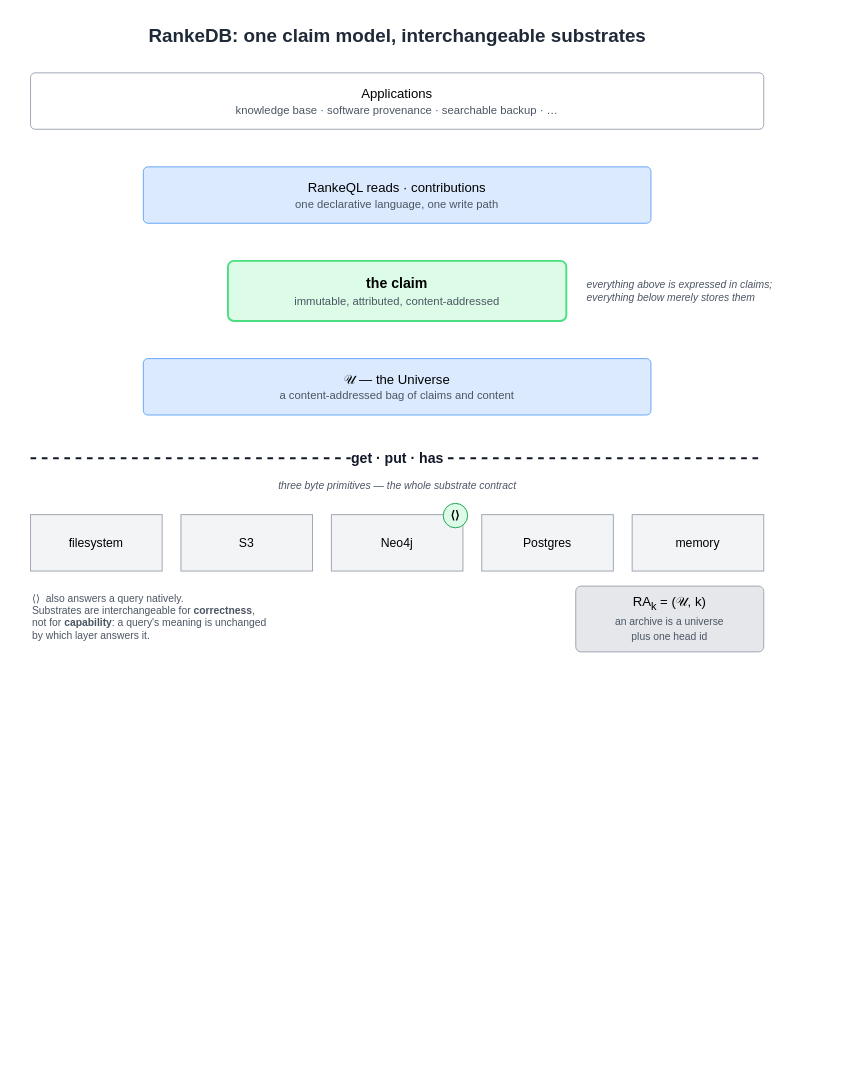
Earlier version of the draw.io diagram page "Narrow waist" (1 of 2) of presentations/ranke-slides.drawio (flocko-motion/ranke-graph). Source tidied: cells renumbered, new cells numbered last; positions are measured from the earlier drawing's top-left corner, leaving out a move shared by most shapes. Both pictures are drawn from the tidied source at 94%, with x=0, y=0 at pixel (30, 16).
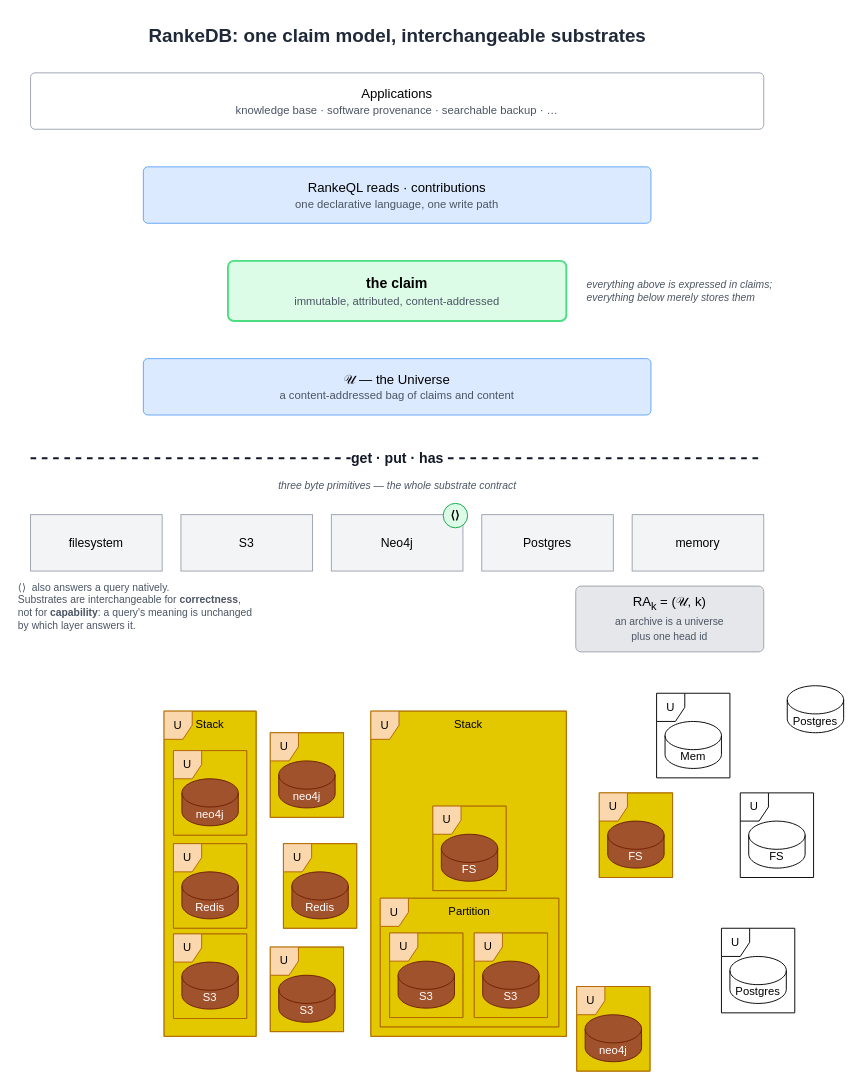
The same page after the edit.

Change to the diagram source:
```diff
@@
     <mxCell id="17" value="⟨⟩ &amp;nbsp;also answers a query natively.&lt;br&gt;Substrates are interchangeable for &lt;b&gt;correctness&lt;/b&gt;,&lt;br&gt;not for &lt;b&gt;capability&lt;/b&gt;: a query's meaning is unchanged&lt;br&gt;by which layer answers it." style="text;html=1;align=left;verticalAlign=top;fontSize=11;fontColor=#4b5563;" parent="1" vertex="1">
-      <mxGeometry y="606" width="500" height="70" as="geometry" />
+      <mxGeometry x="-15" y="595" width="500" height="70" as="geometry" />
     </mxCell>
@@
+    <mxCell id="19" style="group;" parent="1" vertex="1">
+      <mxGeometry x="755" y="826" width="78" height="90" as="geometry" />
+    </mxCell>
+    <mxCell id="20" value="FS" style="shape=cylinder3;whiteSpace=wrap;html=1;boundedLbl=1;backgroundOutline=1;size=15;" parent="19" vertex="1">
+      <mxGeometry x="9" y="30" width="60" height="50" as="geometry" />
+    </mxCell>
+    <mxCell id="21" value="U" style="shape=umlFrame;whiteSpace=wrap;html=1;width=30;height=30;" parent="19" vertex="1">
+      <mxGeometry width="78" height="90" as="geometry" />
+    </mxCell>
+    <mxCell id="22" style="group;" parent="1" vertex="1">
+      <mxGeometry x="735" y="970" width="78" height="90" as="geometry" />
+    </mxCell>
+    <mxCell id="23" value="Postgres" style="shape=cylinder3;whiteSpace=wrap;html=1;boundedLbl=1;backgroundOutline=1;size=15;" parent="22" vertex="1">
+      <mxGeometry x="9" y="30" width="60" height="50" as="geometry" />
+    </mxCell>
+    <mxCell id="24" value="U" style="shape=umlFrame;whiteSpace=wrap;html=1;width=30;height=30;" parent="22" vertex="1">
+      <mxGeometry width="78" height="90" as="geometry" />
+    </mxCell>
+    <mxCell id="25" style="group;" parent="1" vertex="1">
+      <mxGeometry x="666" y="720" width="78" height="90" as="geometry" />
+    </mxCell>
+    <mxCell id="26" value="Mem" style="shape=cylinder3;whiteSpace=wrap;html=1;boundedLbl=1;backgroundOutline=1;size=15;" parent="25" vertex="1">
+      <mxGeometry x="9" y="30" width="60" height="50" as="geometry" />
+    </mxCell>
+    <mxCell id="27" value="U" style="shape=umlFrame;whiteSpace=wrap;html=1;width=30;height=30;" parent="25" vertex="1">
+      <mxGeometry width="78" height="90" as="geometry" />
+    </mxCell>
+    <mxCell id="28" value="Stack" style="group;strokeColor=#B09500;align=center;verticalAlign=top;fontFamily=Helvetica;fontSize=12;fontColor=#000000;fillColor=#e3c800;gradientColor=none;" parent="1" vertex="1">
+      <mxGeometry x="142" y="739" width="98" height="346" as="geometry" />
+    </mxCell>
+    <mxCell id="29" value="U" style="shape=umlFrame;whiteSpace=wrap;html=1;width=30;height=30;strokeColor=#b46504;align=center;verticalAlign=middle;fontFamily=Helvetica;fontSize=12;fontColor=default;fillColor=#fad7ac;" parent="28" vertex="1">
+      <mxGeometry width="98" height="346" as="geometry" />
+    </mxCell>
+    <mxCell id="30" style="group;fillColor=#e3c800;fontColor=#000000;strokeColor=#B09500;" parent="28" vertex="1">
+      <mxGeometry x="10" y="42" width="78" height="90" as="geometry" />
+    </mxCell>
+    <mxCell id="31" value="neo4j" style="shape=cylinder3;whiteSpace=wrap;html=1;boundedLbl=1;backgroundOutline=1;size=15;fillColor=#a0522d;strokeColor=#6D1F00;fontColor=#ffffff;" parent="30" vertex="1">
+      <mxGeometry x="9" y="30" width="60" height="50" as="geometry" />
+    </mxCell>
+    <mxCell id="32" value="U" style="shape=umlFrame;whiteSpace=wrap;html=1;width=30;height=30;fillColor=#fad7ac;strokeColor=#b46504;" parent="30" vertex="1">
+      <mxGeometry width="78" height="90" as="geometry" />
+    </mxCell>
+    <mxCell id="33" style="group;fillColor=#e3c800;fontColor=#000000;strokeColor=#B09500;" parent="28" vertex="1">
+      <mxGeometry x="10" y="237" width="78" height="90" as="geometry" />
+    </mxCell>
+    <mxCell id="34" value="S3" style="shape=cylinder3;whiteSpace=wrap;html=1;boundedLbl=1;backgroundOutline=1;size=15;fillColor=#a0522d;fontColor=#ffffff;strokeColor=#6D1F00;align=center;verticalAlign=middle;fontFamily=Helvetica;fontSize=12;" parent="33" vertex="1">
+      <mxGeometry x="9" y="30" width="60" height="50" as="geometry" />
+    </mxCell>
+    <mxCell id="35" value="U" style="shape=umlFrame;whiteSpace=wrap;html=1;width=30;height=30;fillColor=#fad7ac;strokeColor=#b46504;" parent="33" vertex="1">
+      <mxGeometry width="78" height="90" as="geometry" />
+    </mxCell>
+    <mxCell id="36" value="Postgres" style="shape=cylinder3;whiteSpace=wrap;html=1;boundedLbl=1;backgroundOutline=1;size=15;" parent="1" vertex="1">
+      <mxGeometry x="805" y="712" width="60" height="50" as="geometry" />
+    </mxCell>
+    <mxCell id="37" style="group;fillColor=#e3c800;fontColor=#000000;strokeColor=#B09500;" parent="1" vertex="1">
+      <mxGeometry x="152" y="880" width="78" height="90" as="geometry" />
+    </mxCell>
+    <mxCell id="38" value="Redis" style="shape=cylinder3;whiteSpace=wrap;html=1;boundedLbl=1;backgroundOutline=1;size=15;fillColor=#a0522d;fontColor=#ffffff;strokeColor=#6D1F00;align=center;verticalAlign=middle;fontFamily=Helvetica;fontSize=12;" parent="37" vertex="1">
+      <mxGeometry x="9" y="30" width="60" height="50" as="geometry" />
+    </mxCell>
+    <mxCell id="39" value="U" style="shape=umlFrame;whiteSpace=wrap;html=1;width=30;height=30;fillColor=#fad7ac;strokeColor=#b46504;" parent="37" vertex="1">
+      <mxGeometry width="78" height="90" as="geometry" />
+    </mxCell>
+    <mxCell id="40" value="Stack" style="group;strokeColor=#B09500;align=center;verticalAlign=top;fontFamily=Helvetica;fontSize=12;fontColor=#000000;fillColor=#e3c800;gradientColor=none;" parent="1" vertex="1">
+      <mxGeometry x="362" y="739" width="208" height="346" as="geometry" />
+    </mxCell>
+    <mxCell id="41" value="U" style="shape=umlFrame;whiteSpace=wrap;html=1;width=30;height=30;strokeColor=#b46504;align=center;verticalAlign=middle;fontFamily=Helvetica;fontSize=12;fontColor=default;fillColor=#fad7ac;" parent="40" vertex="1">
+      <mxGeometry width="208" height="346" as="geometry" />
+    </mxCell>
+    <mxCell id="42" style="group;" parent="40" vertex="1">
+      <mxGeometry x="10" y="199" width="190" height="137" as="geometry" />
+    </mxCell>
+    <mxCell id="43" value="Partition" style="group;strokeColor=#B09500;align=center;verticalAlign=top;fontFamily=Helvetica;fontSize=12;fontColor=#000000;fillColor=#e3c800;gradientColor=none;" parent="42" vertex="1">
+      <mxGeometry width="190" height="137" as="geometry" />
+    </mxCell>
+    <mxCell id="44" value="U" style="shape=umlFrame;whiteSpace=wrap;html=1;width=30;height=30;strokeColor=#b46504;align=center;verticalAlign=middle;fontFamily=Helvetica;fontSize=12;fontColor=default;fillColor=#fad7ac;" parent="43" vertex="1">
+      <mxGeometry width="190" height="137" as="geometry" />
+    </mxCell>
+    <mxCell id="45" style="group;fillColor=#e3c800;fontColor=#000000;strokeColor=#B09500;" parent="42" vertex="1">
+      <mxGeometry x="10" y="37" width="78" height="90" as="geometry" />
+    </mxCell>
+    <mxCell id="46" value="S3" style="shape=cylinder3;whiteSpace=wrap;html=1;boundedLbl=1;backgroundOutline=1;size=15;fillColor=#a0522d;fontColor=#ffffff;strokeColor=#6D1F00;align=center;verticalAlign=middle;fontFamily=Helvetica;fontSize=12;" parent="45" vertex="1">
+      <mxGeometry x="9" y="30" width="60" height="50" as="geometry" />
+    </mxCell>
+    <mxCell id="47" value="U" style="shape=umlFrame;whiteSpace=wrap;html=1;width=30;height=30;fillColor=#fad7ac;strokeColor=#b46504;" parent="45" vertex="1">
+      <mxGeometry width="78" height="90" as="geometry" />
+    </mxCell>
+    <mxCell id="48" style="group;fillColor=#e3c800;fontColor=#000000;strokeColor=#B09500;" parent="42" vertex="1">
+      <mxGeometry x="100" y="37" width="78" height="90" as="geometry" />
+    </mxCell>
+    <mxCell id="49" value="S3" style="shape=cylinder3;whiteSpace=wrap;html=1;boundedLbl=1;backgroundOutline=1;size=15;fillColor=#a0522d;fontColor=#ffffff;strokeColor=#6D1F00;align=center;verticalAlign=middle;fontFamily=Helvetica;fontSize=12;" parent="48" vertex="1">
+      <mxGeometry x="9" y="30" width="60" height="50" as="geometry" />
+    </mxCell>
+    <mxCell id="50" value="U" style="shape=umlFrame;whiteSpace=wrap;html=1;width=30;height=30;fillColor=#fad7ac;strokeColor=#b46504;" parent="48" vertex="1">
+      <mxGeometry width="78" height="90" as="geometry" />
+    </mxCell>
+    <mxCell id="51" style="group;fillColor=#e3c800;fontColor=#000000;strokeColor=#B09500;" parent="40" vertex="1">
+      <mxGeometry x="66" y="101" width="78" height="90" as="geometry" />
+    </mxCell>
+    <mxCell id="52" value="FS" style="shape=cylinder3;whiteSpace=wrap;html=1;boundedLbl=1;backgroundOutline=1;size=15;fillColor=#a0522d;fontColor=#ffffff;strokeColor=#6D1F00;align=center;verticalAlign=middle;fontFamily=Helvetica;fontSize=12;" parent="51" vertex="1">
+      <mxGeometry x="9" y="30" width="60" height="50" as="geometry" />
+    </mxCell>
+    <mxCell id="53" value="U" style="shape=umlFrame;whiteSpace=wrap;html=1;width=30;height=30;fillColor=#fad7ac;strokeColor=#b46504;" parent="51" vertex="1">
+      <mxGeometry width="78" height="90" as="geometry" />
+    </mxCell>
+    <mxCell id="54" style="group;fillColor=#e3c800;fontColor=#000000;strokeColor=#B09500;" parent="1" vertex="1">
+      <mxGeometry x="269" y="880" width="78" height="90" as="geometry" />
+    </mxCell>
+    <mxCell id="55" value="Redis" style="shape=cylinder3;whiteSpace=wrap;html=1;boundedLbl=1;backgroundOutline=1;size=15;fillColor=#a0522d;fontColor=#ffffff;strokeColor=#6D1F00;align=center;verticalAlign=middle;fontFamily=Helvetica;fontSize=12;" parent="54" vertex="1">
+      <mxGeometry x="9" y="30" width="60" height="50" as="geometry" />
+    </mxCell>
+    <mxCell id="56" value="U" style="shape=umlFrame;whiteSpace=wrap;html=1;width=30;height=30;fillColor=#fad7ac;strokeColor=#b46504;" parent="54" vertex="1">
+      <mxGeometry width="78" height="90" as="geometry" />
+    </mxCell>
+    <mxCell id="57" style="group;fillColor=#e3c800;fontColor=#000000;strokeColor=#B09500;" parent="1" vertex="1">
+      <mxGeometry x="581" y="1032" width="78" height="90" as="geometry" />
+    </mxCell>
+    <mxCell id="58" value="neo4j" style="shape=cylinder3;whiteSpace=wrap;html=1;boundedLbl=1;backgroundOutline=1;size=15;fillColor=#a0522d;strokeColor=#6D1F00;fontColor=#ffffff;" parent="57" vertex="1">
+      <mxGeometry x="9" y="30" width="60" height="50" as="geometry" />
+    </mxCell>
+    <mxCell id="59" value="U" style="shape=umlFrame;whiteSpace=wrap;html=1;width=30;height=30;fillColor=#fad7ac;strokeColor=#b46504;" parent="57" vertex="1">
+      <mxGeometry width="78" height="90" as="geometry" />
+    </mxCell>
+    <mxCell id="60" style="group;fillColor=#e3c800;fontColor=#000000;strokeColor=#B09500;" parent="1" vertex="1">
+      <mxGeometry x="255" y="762" width="78" height="90" as="geometry" />
+    </mxCell>
+    <mxCell id="61" value="neo4j" style="shape=cylinder3;whiteSpace=wrap;html=1;boundedLbl=1;backgroundOutline=1;size=15;fillColor=#a0522d;strokeColor=#6D1F00;fontColor=#ffffff;" parent="60" vertex="1">
+      <mxGeometry x="9" y="30" width="60" height="50" as="geometry" />
+    </mxCell>
+    <mxCell id="62" value="U" style="shape=umlFrame;whiteSpace=wrap;html=1;width=30;height=30;fillColor=#fad7ac;strokeColor=#b46504;" parent="60" vertex="1">
+      <mxGeometry width="78" height="90" as="geometry" />
+    </mxCell>
+    <mxCell id="63" style="group;fillColor=#e3c800;fontColor=#000000;strokeColor=#B09500;" parent="1" vertex="1">
+      <mxGeometry x="255" y="990" width="78" height="90" as="geometry" />
+    </mxCell>
+    <mxCell id="64" value="S3" style="shape=cylinder3;whiteSpace=wrap;html=1;boundedLbl=1;backgroundOutline=1;size=15;fillColor=#a0522d;fontColor=#ffffff;strokeColor=#6D1F00;align=center;verticalAlign=middle;fontFamily=Helvetica;fontSize=12;" parent="63" vertex="1">
+      <mxGeometry x="9" y="30" width="60" height="50" as="geometry" />
+    </mxCell>
+    <mxCell id="65" value="U" style="shape=umlFrame;whiteSpace=wrap;html=1;width=30;height=30;fillColor=#fad7ac;strokeColor=#b46504;" parent="63" vertex="1">
+      <mxGeometry width="78" height="90" as="geometry" />
+    </mxCell>
+    <mxCell id="66" style="group;fillColor=#e3c800;fontColor=#000000;strokeColor=#B09500;" parent="1" vertex="1">
+      <mxGeometry x="605" y="826" width="78" height="90" as="geometry" />
+    </mxCell>
+    <mxCell id="67" value="FS" style="shape=cylinder3;whiteSpace=wrap;html=1;boundedLbl=1;backgroundOutline=1;size=15;fillColor=#a0522d;fontColor=#ffffff;strokeColor=#6D1F00;align=center;verticalAlign=middle;fontFamily=Helvetica;fontSize=12;" parent="66" vertex="1">
+      <mxGeometry x="9" y="30" width="60" height="50" as="geometry" />
+    </mxCell>
+    <mxCell id="68" value="U" style="shape=umlFrame;whiteSpace=wrap;html=1;width=30;height=30;fillColor=#fad7ac;strokeColor=#b46504;" parent="66" vertex="1">
+      <mxGeometry width="78" height="90" as="geometry" />
+    </mxCell>
```
